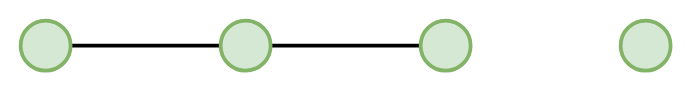
Above: en/git.drawio in larnsce/concept-maps (draw.io), before the change. Source tidied: cells renumbered, new cells numbered last; positions are measured from the earlier drawing's top-left corner, leaving out a move shared by most shapes. Both pictures are drawn from the tidied source at 125%, with x=0, y=0 at pixel (20, 20).
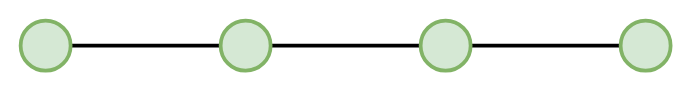
After the change.

The edit, as a diff of the source:
```diff
@@
 <mxGraphModel>
   <root>
     <mxCell id="0" />
     <mxCell id="1" parent="0" />
     <mxCell id="2" style="edgeStyle=orthogonalEdgeStyle;rounded=0;jettySize=auto;html=1;endArrow=none;endFill=0;strokeWidth=3;" parent="1" edge="1" source="3" target="5">
       <mxGeometry relative="1" as="geometry" />
     </mxCell>
     <mxCell id="3" style="ellipse;whiteSpace=wrap;html=1;fillColor=#d5e8d4;strokeColor=#82b366;strokeWidth=3;" parent="1" vertex="1">
       <mxGeometry width="40" height="40" as="geometry" />
     </mxCell>
     <mxCell id="4" style="edgeStyle=orthogonalEdgeStyle;shape=connector;rounded=0;jettySize=auto;html=1;strokeColor=default;strokeWidth=3;align=center;verticalAlign=middle;fontFamily=Helvetica;fontSize=11;fontColor=default;labelBackgroundColor=default;endArrow=none;endFill=0;" parent="1" edge="1" source="5" target="6">
       <mxGeometry relative="1" as="geometry" />
     </mxCell>
     <mxCell id="5" style="ellipse;whiteSpace=wrap;html=1;fillColor=#d5e8d4;strokeColor=#82b366;strokeWidth=3;" parent="1" vertex="1">
       <mxGeometry x="160" width="40" height="40" as="geometry" />
     </mxCell>
+    <mxCell id="8" style="edgeStyle=orthogonalEdgeStyle;shape=connector;rounded=0;jettySize=auto;html=1;strokeColor=default;strokeWidth=3;align=center;verticalAlign=middle;fontFamily=Helvetica;fontSize=11;fontColor=default;labelBackgroundColor=default;endArrow=none;endFill=0;" parent="1" edge="1" source="6" target="7">
+      <mxGeometry relative="1" as="geometry" />
+    </mxCell>
     <mxCell id="6" style="ellipse;whiteSpace=wrap;html=1;fillColor=#d5e8d4;strokeColor=#82b366;strokeWidth=3;" parent="1" vertex="1">
       <mxGeometry x="320" width="40" height="40" as="geometry" />
     </mxCell>
     <mxCell id="7" style="ellipse;whiteSpace=wrap;html=1;fillColor=#d5e8d4;strokeColor=#82b366;strokeWidth=3;" parent="1" vertex="1">
       <mxGeometry x="480" width="40" height="40" as="geometry" />
     </mxCell>
   </root>
 </mxGraphModel>
```
